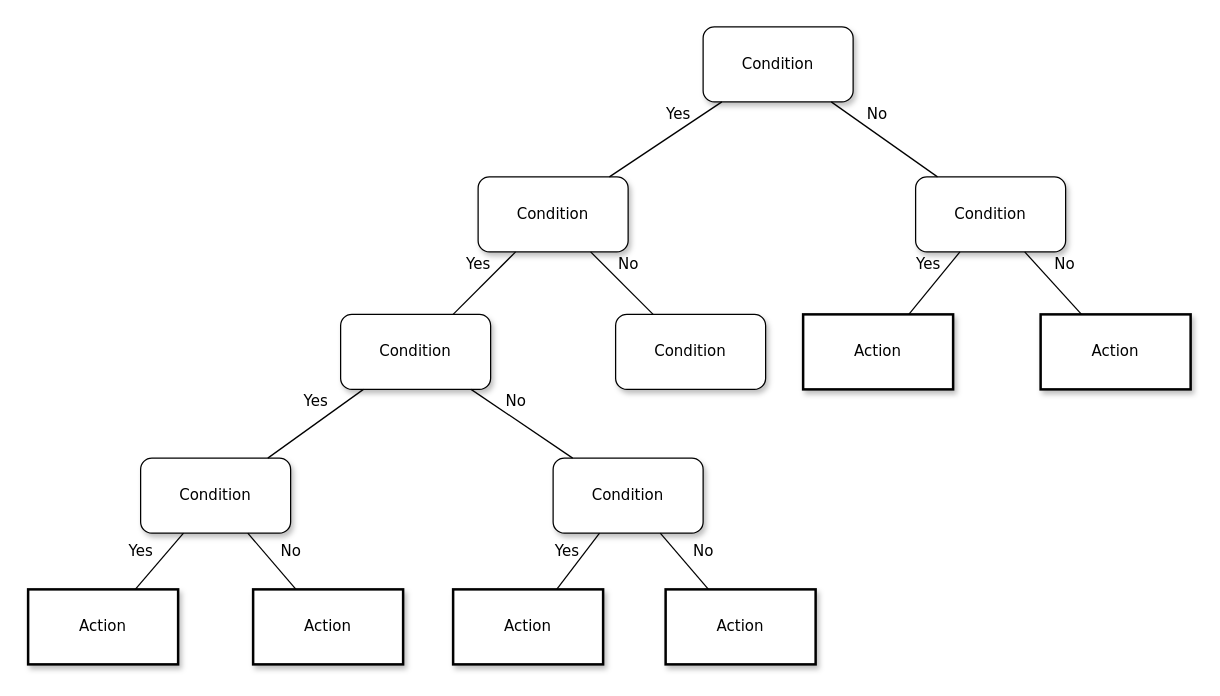
Above: document/제목 없는 다이어그램.drawio in rimgosu/ProjectStudy (draw.io), before the change. Source tidied: cells renumbered, new cells numbered last; positions are measured from the earlier drawing's top-left corner, leaving out a move shared by most shapes. Both pictures are drawn from the tidied source at 125%, with x=0, y=0 at pixel (28, 26).
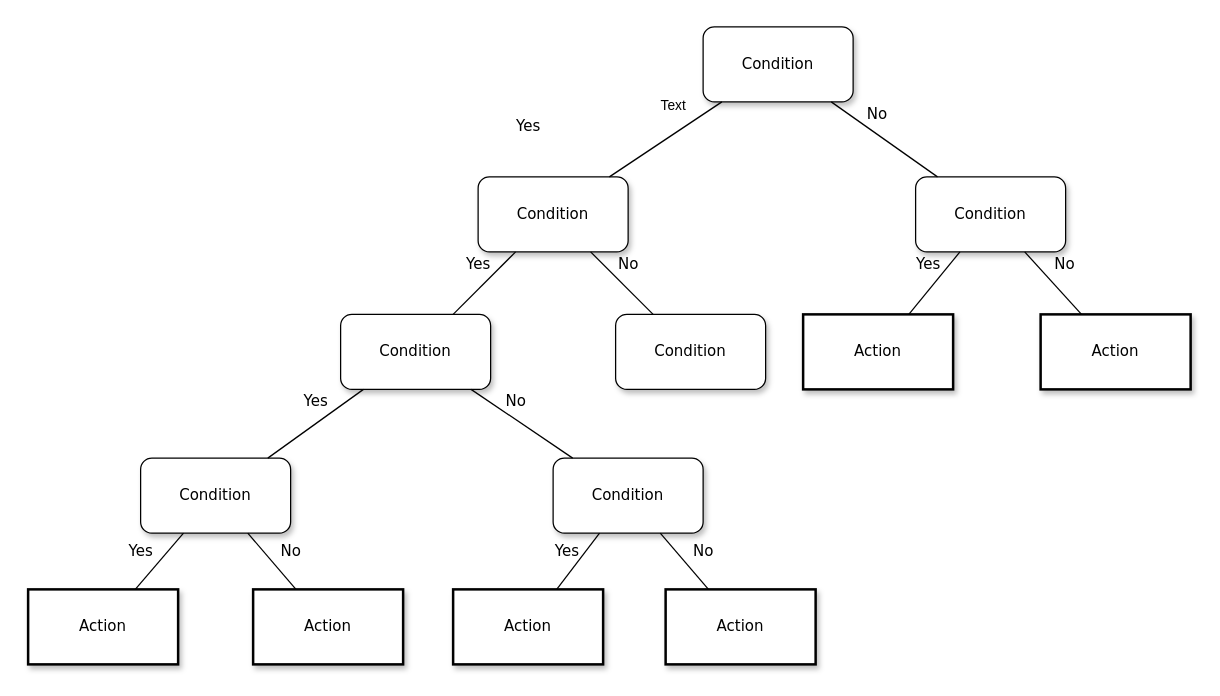
After the change.

Commit message:
제목 없는 다이어그램.drawio 업데이트

The change refers to these unchanged cells:
```xml
<mxCell id="2" value="Condition" style="whiteSpace=wrap;html=1;rounded=1;shadow=1;labelBackgroundColor=none;strokeWidth=1;fontFamily=Verdana;fontSize=12;align=center;" parent="1" vertex="1">
  <mxGeometry x="540" width="120" height="60" as="geometry" />
</mxCell>
<mxCell id="3" value="&lt;span&gt;Condition&lt;/span&gt;" style="whiteSpace=wrap;html=1;rounded=1;shadow=1;labelBackgroundColor=none;strokeWidth=1;fontFamily=Verdana;fontSize=12;align=center;" parent="1" vertex="1">
  <mxGeometry x="360" y="120" width="120" height="60" as="geometry" />
</mxCell>
```

The edit, as a diff of the source:
```diff
@@
     <mxCell id="6" value="Yes" style="rounded=0;html=1;labelBackgroundColor=none;startArrow=none;startFill=0;startSize=5;endArrow=none;endFill=0;endSize=5;jettySize=auto;strokeWidth=1;fontFamily=Verdana;fontSize=12;" parent="1" edge="1" source="2" target="3">
-      <mxGeometry x="-0.36" y="-11" relative="1" as="geometry" />
+      <mxGeometry x="1" y="-76" relative="1" as="geometry">
+        <mxPoint x="-23" y="23" as="offset" />
+      </mxGeometry>
     </mxCell>
+    <mxCell id="27" value="Text" style="edgeLabel;html=1;align=center;verticalAlign=middle;" parent="6" vertex="1">
+      <mxGeometry x="-0.38" y="-20" relative="1" as="geometry" />
+    </mxCell>
```
